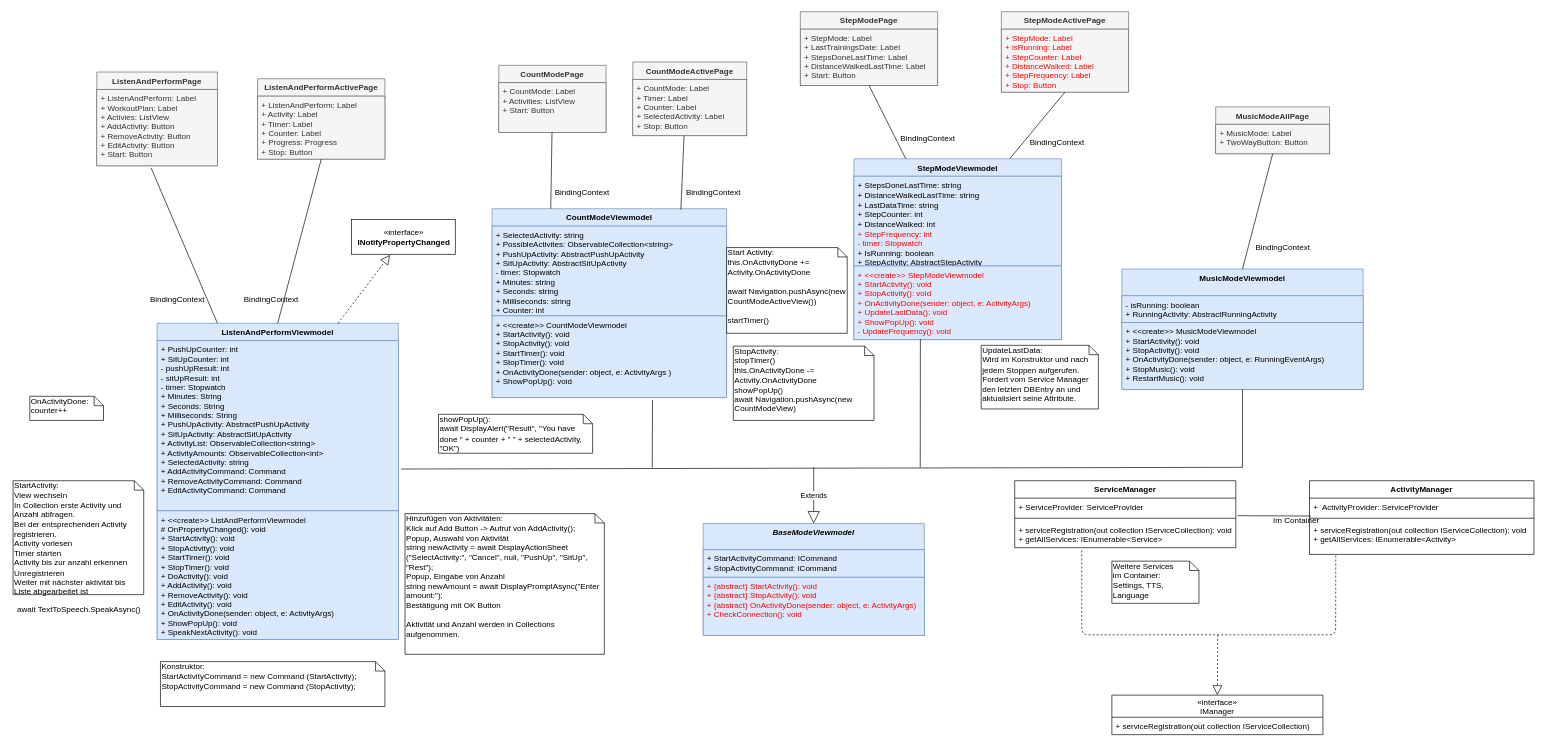
Above: Entwurf/WeitereViewmodels.drawio in vlle1/dokumente-earablesKIT (draw.io), before the change. Source tidied: cells renumbered, new cells numbered last; positions are measured from the earlier drawing's top-left corner, leaving out a move shared by most shapes. Both pictures are drawn from the tidied source at 67%, with x=0, y=0 at pixel (11, 11).
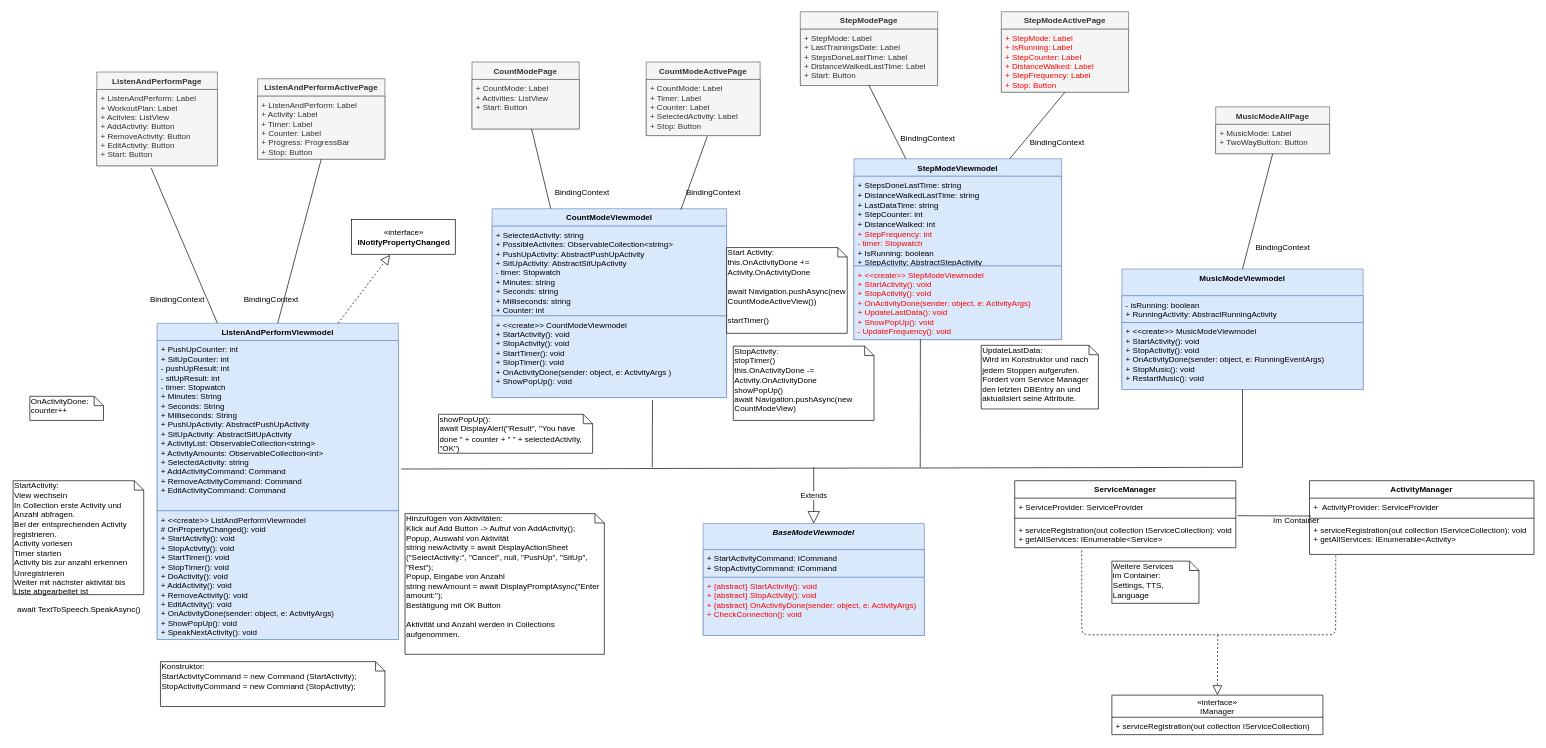
After the change.

Commit message (it also covers changes not shown here):
Views beschrieben, Sachen überarbeitet, Sequenzdiagramm is nicht so

Unchanged cells that the change refers to:
```xml
<mxCell id="2" value="CountModeViewmodel&#10;" style="swimlane;fontStyle=1;align=center;verticalAlign=top;horizontal=1;startSize=26;fillColor=#dae8fc;strokeColor=#6c8ebf;" parent="1" vertex="1">
  <mxGeometry x="717" y="294" width="350" height="282" as="geometry" />
</mxCell>
<mxCell id="47" value="+ CountMode: Label&#10;+ Timer: Label&#10;+ Counter: Label&#10;+ SelectedActivity: Label&#10;+ Stop: Button " style="text;strokeColor=#666666;fillColor=#f5f5f5;align=left;verticalAlign=top;spacingLeft=4;spacingRight=4;overflow=hidden;points=[[0,0.5],[1,0.5]];portConstraint=eastwest;fontColor=#333333;" parent="46" vertex="1">
  <mxGeometry y="26" width="170" height="84" as="geometry" />
</mxCell>
<mxCell id="58" value="StepModeActivePage" style="swimlane;fontStyle=1;horizontal=1;startSize=26;fillColor=#f5f5f5;strokeColor=#666666;fontColor=#333333;" parent="1" vertex="1">
  <mxGeometry x="1477" width="190" height="120" as="geometry" />
</mxCell>
<mxCell id="64" value="ListenAndPerformActivePage" style="swimlane;fontStyle=1;horizontal=1;startSize=26;fillColor=#f5f5f5;strokeColor=#666666;fontColor=#333333;" parent="1" vertex="1">
  <mxGeometry x="367" y="100" width="190" height="120" as="geometry" />
</mxCell>
```

Change to the diagram source:
```diff
@@
     <mxCell id="44" value="CountModePage" style="swimlane;fontStyle=1;horizontal=1;startSize=26;fillColor=#f5f5f5;strokeColor=#666666;fontColor=#333333;" parent="1" vertex="1">
-      <mxGeometry x="727" y="80" width="160" height="100" as="geometry" />
+      <mxGeometry x="687" y="75" width="160" height="100" as="geometry" />
     </mxCell>
@@
     <mxCell id="46" value="CountModeActivePage" style="swimlane;fontStyle=1;horizontal=1;startSize=26;fillColor=#f5f5f5;strokeColor=#666666;fontColor=#333333;" parent="1" vertex="1">
-      <mxGeometry x="927" y="75" width="170" height="110" as="geometry" />
+      <mxGeometry x="947" y="75" width="170" height="110" as="geometry" />
     </mxCell>
@@
-    <mxCell id="50" style="endArrow=none;html=1;entryX=0.509;entryY=1.048;entryDx=0;entryDy=0;entryPerimeter=0;exitX=0.805;exitY=0.005;exitDx=0;exitDy=0;exitPerimeter=0;" parent="1" edge="1" source="2">
-      <mxGeometry relative="1" as="geometry">
-        <mxPoint x="1003.5" y="185" as="targetPoint" />
-      </mxGeometry>
+    <mxCell id="50" style="endArrow=none;html=1;entryX=0.536;entryY=1.013;entryDx=0;entryDy=0;entryPerimeter=0;exitX=0.805;exitY=0.005;exitDx=0;exitDy=0;exitPerimeter=0;" parent="1" edge="1" source="2" target="47">
+      <mxGeometry relative="1" as="geometry" />
     </mxCell>
@@
-    <mxCell id="59" value="+ StepMode: Label&#10;+ isRunning: Label&#10;+ StepCounter: Label&#10;+ DistanceWalked: Label&#10;+ StepFrequency: Label&#10;+ Stop: Button" style="text;strokeColor=#666666;fillColor=#f5f5f5;align=left;verticalAlign=top;spacingLeft=4;spacingRight=4;overflow=hidden;fontColor=#FF0000;" parent="58" vertex="1">
+    <mxCell id="59" value="+ StepMode: Label&#10;+ IsRunning: Label&#10;+ StepCounter: Label&#10;+ DistanceWalked: Label&#10;+ StepFrequency: Label&#10;+ Stop: Button" style="text;strokeColor=#666666;fillColor=#f5f5f5;align=left;verticalAlign=top;spacingLeft=4;spacingRight=4;overflow=hidden;fontColor=#FF0000;" parent="58" vertex="1">
       <mxGeometry y="26" width="190" height="94" as="geometry" />
     </mxCell>
@@
-    <mxCell id="65" value="+ ListenAndPerform: Label&#10;+ Activity: Label&#10;+ Timer: Label&#10;+ Counter: Label&#10;+ Progress: Progress&#10;+ Stop: Button" style="text;strokeColor=#666666;fillColor=#f5f5f5;align=left;verticalAlign=top;spacingLeft=4;spacingRight=4;overflow=hidden;fontColor=#333333;" parent="64" vertex="1">
+    <mxCell id="65" value="+ ListenAndPerform: Label&#10;+ Activity: Label&#10;+ Timer: Label&#10;+ Counter: Label&#10;+ Progress: ProgressBar&#10;+ Stop: Button" style="text;strokeColor=#666666;fillColor=#f5f5f5;align=left;verticalAlign=top;spacingLeft=4;spacingRight=4;overflow=hidden;fontColor=#333333;" parent="64" vertex="1">
       <mxGeometry y="26" width="190" height="94" as="geometry" />
     </mxCell>
```
